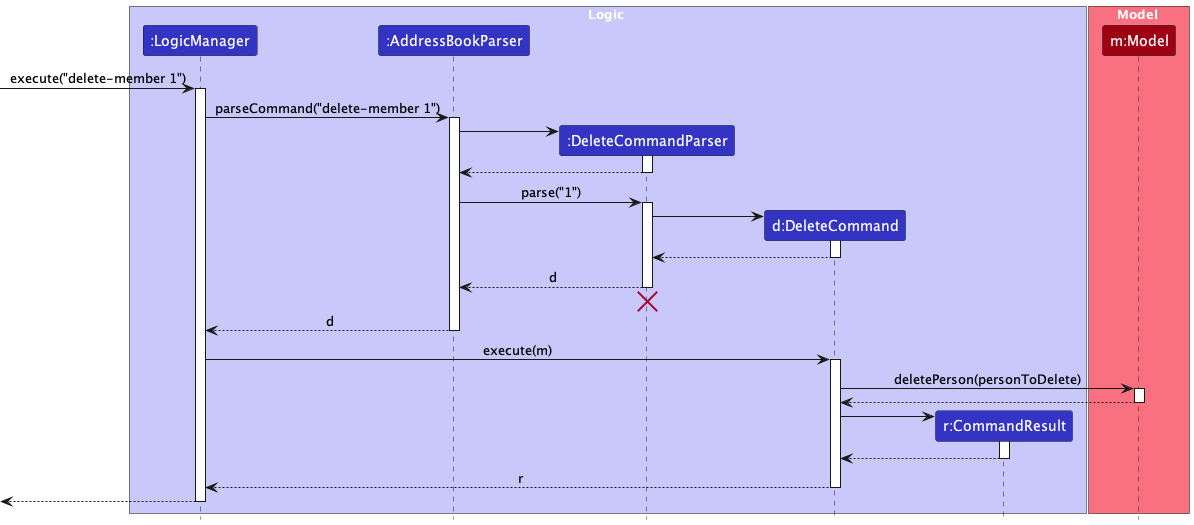
The PlantUML diagram docs/images/DeleteSequenceDiagram.png in AY2627S1-CS2103T-F12-3/tp, before a commit.
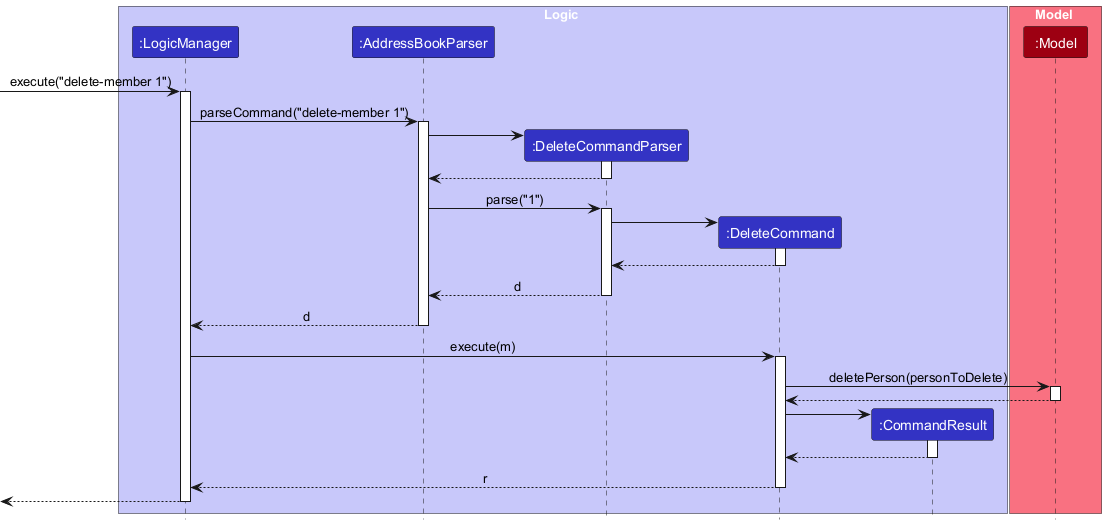
The same file after the commit.

Commit message:
Update sequence diagram

What changed in the source:
```diff
@@ -6,12 +6,12 @@
 participant ":LogicManager" as LogicManager LOGIC_COLOR
 participant ":AddressBookParser" as AddressBookParser LOGIC_COLOR
 participant ":DeleteCommandParser" as DeleteCommandParser LOGIC_COLOR
-participant "d:DeleteCommand" as DeleteCommand LOGIC_COLOR
-participant "r:CommandResult" as CommandResult LOGIC_COLOR
+participant ":DeleteCommand" as DeleteCommand LOGIC_COLOR
+participant ":CommandResult" as CommandResult LOGIC_COLOR
 end box
 
 box Model MODEL_COLOR_T1
-participant "m:Model" as Model MODEL_COLOR
+participant ":Model" as Model MODEL_COLOR
 end box
 
 [-> LogicManager : execute("delete-member 1")
@@ -39,8 +39,6 @@
 
 DeleteCommandParser --> AddressBookParser : d
 deactivate DeleteCommandParser
-DeleteCommandParser -[hidden]-> AddressBookParser
-destroy DeleteCommandParser
 
 AddressBookParser --> LogicManager : d
 deactivate AddressBookParser
```
